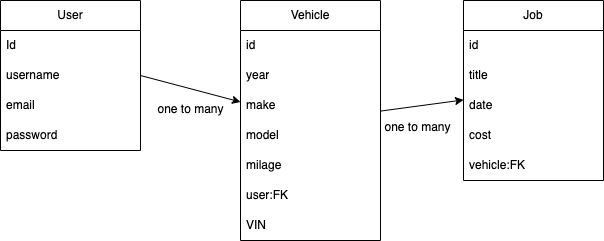
Before: .png, a diagram exported from draw.io (Rjaysesh0207/project-frontend). Source tidied: cells renumbered, new cells last; positions are measured from the earlier drawing's top-left corner, leaving out a move shared by most shapes.
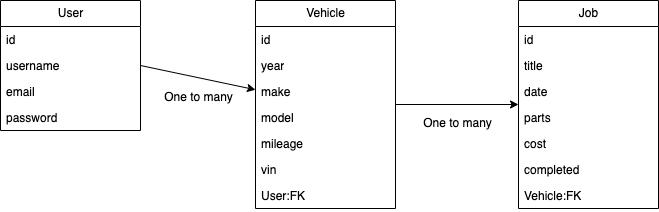
The same file after the commit.

Commit message:
updated job ERD model

The edit, as a diff of the source:
```diff
@@ -2,74 +2,80 @@
   <root>
     <mxCell id="0" />
     <mxCell id="1" parent="0" />
-    <mxCell id="2" value="User" style="swimlane;fontStyle=0;horizontal=1;startSize=30;whiteSpace=wrap;html=1;labelBackgroundColor=default;" parent="1" vertex="1">
-      <mxGeometry width="140" height="150" as="geometry" />
+    <mxCell id="2" value="&lt;font color=&quot;#000000&quot;&gt;User&lt;/font&gt;" style="swimlane;fontStyle=0;horizontal=1;startSize=26;fillColor=none;html=1;" parent="1" vertex="1">
+      <mxGeometry x="-80" y="18" width="140" height="130" as="geometry" />
     </mxCell>
-    <mxCell id="3" value="Id" style="text;strokeColor=none;fillColor=none;align=left;verticalAlign=middle;spacingLeft=4;spacingRight=4;overflow=hidden;whiteSpace=wrap;html=1;labelBackgroundColor=none;fontColor=#000000;labelBorderColor=none;" parent="2" vertex="1">
-      <mxGeometry y="30" width="140" height="30" as="geometry" />
-    </mxCell>
+    <mxCell id="25" value="&lt;font color=&quot;#000000&quot;&gt;id&lt;/font&gt;" style="text;strokeColor=none;fillColor=none;align=left;verticalAlign=top;spacingLeft=4;spacingRight=4;overflow=hidden;whiteSpace=wrap;html=1;" parent="2" vertex="1">
+      <mxGeometry y="26" width="140" height="26" as="geometry" />
+    </mxCell>
-    <mxCell id="4" value="username" style="text;strokeColor=none;fillColor=none;align=left;verticalAlign=middle;spacingLeft=4;spacingRight=4;overflow=hidden;points=[[0,0.5],[1,0.5]];portConstraint=eastwest;whiteSpace=wrap;html=1;labelBackgroundColor=none;fontColor=#000000;" parent="2" vertex="1">
-      <mxGeometry y="60" width="140" height="30" as="geometry" />
+    <mxCell id="4" value="&lt;font color=&quot;#000000&quot;&gt;username&lt;/font&gt;" style="text;strokeColor=none;fillColor=none;align=left;verticalAlign=top;spacingLeft=4;spacingRight=4;overflow=hidden;points=[[0,0.5],[1,0.5]];portConstraint=eastwest;whiteSpace=wrap;html=1;" parent="2" vertex="1">
+      <mxGeometry y="52" width="140" height="26" as="geometry" />
     </mxCell>
-    <mxCell id="5" value="email" style="text;strokeColor=none;fillColor=none;align=left;verticalAlign=middle;spacingLeft=4;spacingRight=4;overflow=hidden;whiteSpace=wrap;html=1;labelBackgroundColor=none;labelBorderColor=none;fontColor=#000000;" parent="2" vertex="1">
-      <mxGeometry y="90" width="140" height="30" as="geometry" />
+    <mxCell id="5" value="&lt;font color=&quot;#000000&quot;&gt;email&lt;/font&gt;" style="text;strokeColor=none;fillColor=none;align=left;verticalAlign=top;spacingLeft=4;spacingRight=4;overflow=hidden;whiteSpace=wrap;html=1;" parent="2" vertex="1">
+      <mxGeometry y="78" width="140" height="26" as="geometry" />
     </mxCell>
-    <mxCell id="6" value="password" style="text;strokeColor=none;fillColor=none;align=left;verticalAlign=middle;spacingLeft=4;spacingRight=4;overflow=hidden;whiteSpace=wrap;html=1;labelBackgroundColor=none;labelBorderColor=none;fontColor=#000000;" parent="2" vertex="1">
-      <mxGeometry y="120" width="140" height="30" as="geometry" />
+    <mxCell id="6" value="&lt;font color=&quot;#000000&quot;&gt;password&lt;/font&gt;" style="text;strokeColor=none;fillColor=none;align=left;verticalAlign=top;spacingLeft=4;spacingRight=4;overflow=hidden;whiteSpace=wrap;html=1;" parent="2" vertex="1">
+      <mxGeometry y="104" width="140" height="26" as="geometry" />
     </mxCell>
-    <mxCell id="7" style="edgeStyle=none;html=1;fontColor=#000000;" parent="1" edge="1" source="8" target="16">
+    <mxCell id="7" style="edgeStyle=none;html=1;fontColor=#000000;strokeColor=#000000;" parent="1" edge="1" source="8" target="16">
       <mxGeometry relative="1" as="geometry" />
     </mxCell>
-    <mxCell id="8" value="Vehicle" style="swimlane;fontStyle=0;horizontal=1;startSize=30;whiteSpace=wrap;html=1;labelBackgroundColor=default;" parent="1" vertex="1">
-      <mxGeometry x="240" width="140" height="240" as="geometry" />
+    <mxCell id="8" value="&lt;font color=&quot;#000000&quot;&gt;Vehicle&lt;/font&gt;" style="swimlane;fontStyle=0;horizontal=1;startSize=26;fillColor=none;html=1;" parent="1" vertex="1">
+      <mxGeometry x="175" y="18" width="140" height="208" as="geometry" />
     </mxCell>
-    <mxCell id="9" value="id" style="text;strokeColor=none;fillColor=none;align=left;verticalAlign=middle;spacingLeft=4;spacingRight=4;overflow=hidden;whiteSpace=wrap;html=1;labelBackgroundColor=none;fontColor=#000000;" parent="8" vertex="1">
-      <mxGeometry y="30" width="140" height="30" as="geometry" />
-    </mxCell>
+    <mxCell id="26" value="&lt;font color=&quot;#000000&quot;&gt;id&lt;/font&gt;" style="text;strokeColor=none;fillColor=none;align=left;verticalAlign=top;spacingLeft=4;spacingRight=4;overflow=hidden;whiteSpace=wrap;html=1;" parent="8" vertex="1">
+      <mxGeometry y="26" width="140" height="26" as="geometry" />
+    </mxCell>
-    <mxCell id="10" value="year" style="text;strokeColor=none;fillColor=none;align=left;verticalAlign=middle;spacingLeft=4;spacingRight=4;overflow=hidden;whiteSpace=wrap;html=1;labelBackgroundColor=none;fontColor=#000000;" parent="8" vertex="1">
-      <mxGeometry y="60" width="140" height="30" as="geometry" />
+    <mxCell id="10" value="&lt;font color=&quot;#000000&quot;&gt;year&lt;/font&gt;" style="text;strokeColor=none;fillColor=none;align=left;verticalAlign=top;spacingLeft=4;spacingRight=4;overflow=hidden;whiteSpace=wrap;html=1;" parent="8" vertex="1">
+      <mxGeometry y="52" width="140" height="26" as="geometry" />
     </mxCell>
-    <mxCell id="11" value="make" style="text;strokeColor=none;fillColor=none;align=left;verticalAlign=middle;spacingLeft=4;spacingRight=4;overflow=hidden;whiteSpace=wrap;html=1;labelBackgroundColor=none;fontColor=#000000;" parent="8" vertex="1">
-      <mxGeometry y="90" width="140" height="30" as="geometry" />
+    <mxCell id="11" value="&lt;font color=&quot;#000000&quot;&gt;make&lt;/font&gt;" style="text;strokeColor=none;fillColor=none;align=left;verticalAlign=top;spacingLeft=4;spacingRight=4;overflow=hidden;whiteSpace=wrap;html=1;" parent="8" vertex="1">
+      <mxGeometry y="78" width="140" height="26" as="geometry" />
     </mxCell>
-    <mxCell id="12" value="model" style="text;strokeColor=none;fillColor=none;align=left;verticalAlign=middle;spacingLeft=4;spacingRight=4;overflow=hidden;whiteSpace=wrap;html=1;labelBackgroundColor=none;fontColor=#000000;" parent="8" vertex="1">
-      <mxGeometry y="120" width="140" height="30" as="geometry" />
+    <mxCell id="12" value="&lt;font color=&quot;#000000&quot;&gt;model&lt;/font&gt;" style="text;strokeColor=none;fillColor=none;align=left;verticalAlign=top;spacingLeft=4;spacingRight=4;overflow=hidden;whiteSpace=wrap;html=1;" parent="8" vertex="1">
+      <mxGeometry y="104" width="140" height="26" as="geometry" />
     </mxCell>
-    <mxCell id="13" value="milage" style="text;strokeColor=none;fillColor=none;align=left;verticalAlign=middle;spacingLeft=4;spacingRight=4;overflow=hidden;whiteSpace=wrap;html=1;labelBackgroundColor=none;fontColor=#000000;" parent="8" vertex="1">
-      <mxGeometry y="150" width="140" height="30" as="geometry" />
-    </mxCell>
-    <mxCell id="14" value="user:FK" style="text;strokeColor=none;fillColor=none;align=left;verticalAlign=middle;spacingLeft=4;spacingRight=4;overflow=hidden;whiteSpace=wrap;html=1;labelBackgroundColor=none;fontColor=#000000;" parent="8" vertex="1">
-      <mxGeometry y="180" width="140" height="30" as="geometry" />
-    </mxCell>
-    <mxCell id="15" value="VIN" style="text;strokeColor=none;fillColor=none;align=left;verticalAlign=middle;spacingLeft=4;spacingRight=4;overflow=hidden;whiteSpace=wrap;html=1;labelBackgroundColor=none;fontColor=#000000;" parent="8" vertex="1">
-      <mxGeometry y="210" width="140" height="30" as="geometry" />
-    </mxCell>
+    <mxCell id="27" value="mileage" style="text;strokeColor=none;fillColor=none;align=left;verticalAlign=top;spacingLeft=4;spacingRight=4;overflow=hidden;whiteSpace=wrap;html=1;fontColor=#000000;" parent="8" vertex="1">
+      <mxGeometry y="130" width="140" height="26" as="geometry" />
+    </mxCell>
+    <mxCell id="28" value="vin" style="text;strokeColor=none;fillColor=none;align=left;verticalAlign=top;spacingLeft=4;spacingRight=4;overflow=hidden;whiteSpace=wrap;html=1;fontColor=#000000;" parent="8" vertex="1">
+      <mxGeometry y="156" width="140" height="26" as="geometry" />
+    </mxCell>
+    <mxCell id="29" value="User:FK" style="text;strokeColor=none;fillColor=none;align=left;verticalAlign=top;spacingLeft=4;spacingRight=4;overflow=hidden;whiteSpace=wrap;html=1;fontColor=#000000;" parent="8" vertex="1">
+      <mxGeometry y="182" width="140" height="26" as="geometry" />
+    </mxCell>
-    <mxCell id="16" value="Job" style="swimlane;fontStyle=0;horizontal=1;startSize=30;whiteSpace=wrap;html=1;labelBackgroundColor=default;" parent="1" vertex="1">
-      <mxGeometry x="463" width="140" height="180" as="geometry" />
+    <mxCell id="16" value="&lt;font color=&quot;#000000&quot;&gt;Job&lt;/font&gt;" style="swimlane;fontStyle=0;horizontal=1;startSize=26;fillColor=none;html=1;" parent="1" vertex="1">
+      <mxGeometry x="438" y="18" width="140" height="208" as="geometry" />
     </mxCell>
-    <mxCell id="17" value="id" style="text;strokeColor=none;fillColor=none;align=left;verticalAlign=middle;spacingLeft=4;spacingRight=4;overflow=hidden;whiteSpace=wrap;html=1;labelBackgroundColor=none;fontColor=#000000;" parent="16" vertex="1">
-      <mxGeometry y="30" width="140" height="30" as="geometry" />
-    </mxCell>
+    <mxCell id="30" value="&lt;font color=&quot;#000000&quot;&gt;id&lt;/font&gt;" style="text;strokeColor=none;fillColor=none;align=left;verticalAlign=top;spacingLeft=4;spacingRight=4;overflow=hidden;whiteSpace=wrap;html=1;" parent="16" vertex="1">
+      <mxGeometry y="26" width="140" height="26" as="geometry" />
+    </mxCell>
-    <mxCell id="18" value="title" style="text;strokeColor=none;fillColor=none;align=left;verticalAlign=middle;spacingLeft=4;spacingRight=4;overflow=hidden;whiteSpace=wrap;html=1;labelBackgroundColor=none;fontColor=#000000;" parent="16" vertex="1">
-      <mxGeometry y="60" width="140" height="30" as="geometry" />
+    <mxCell id="18" value="&lt;font color=&quot;#000000&quot;&gt;title&lt;/font&gt;" style="text;strokeColor=none;fillColor=none;align=left;verticalAlign=top;spacingLeft=4;spacingRight=4;overflow=hidden;whiteSpace=wrap;html=1;" parent="16" vertex="1">
+      <mxGeometry y="52" width="140" height="26" as="geometry" />
     </mxCell>
-    <mxCell id="19" value="date" style="text;strokeColor=none;fillColor=none;align=left;verticalAlign=middle;spacingLeft=4;spacingRight=4;overflow=hidden;whiteSpace=wrap;html=1;labelBackgroundColor=none;labelBorderColor=none;fontColor=#000000;" parent="16" vertex="1">
-      <mxGeometry y="90" width="140" height="30" as="geometry" />
+    <mxCell id="19" value="&lt;font color=&quot;#000000&quot;&gt;date&lt;/font&gt;" style="text;strokeColor=none;fillColor=none;align=left;verticalAlign=top;spacingLeft=4;spacingRight=4;overflow=hidden;whiteSpace=wrap;html=1;" parent="16" vertex="1">
+      <mxGeometry y="78" width="140" height="26" as="geometry" />
     </mxCell>
+    <mxCell id="31" value="&lt;font color=&quot;#000000&quot;&gt;parts&lt;/font&gt;" style="text;strokeColor=none;fillColor=none;align=left;verticalAlign=top;spacingLeft=4;spacingRight=4;overflow=hidden;whiteSpace=wrap;html=1;" parent="16" vertex="1">
+      <mxGeometry y="104" width="140" height="26" as="geometry" />
+    </mxCell>
-    <mxCell id="20" value="cost" style="text;strokeColor=none;fillColor=none;align=left;verticalAlign=middle;spacingLeft=4;spacingRight=4;overflow=hidden;whiteSpace=wrap;html=1;labelBackgroundColor=none;labelBorderColor=none;fontColor=#000000;" parent="16" vertex="1">
-      <mxGeometry y="120" width="140" height="30" as="geometry" />
+    <mxCell id="20" value="cost" style="text;strokeColor=none;fillColor=none;align=left;verticalAlign=top;spacingLeft=4;spacingRight=4;overflow=hidden;whiteSpace=wrap;html=1;fontColor=#000000;" parent="16" vertex="1">
+      <mxGeometry y="130" width="140" height="26" as="geometry" />
     </mxCell>
-    <mxCell id="21" value="vehicle:FK" style="text;strokeColor=none;fillColor=none;align=left;verticalAlign=middle;spacingLeft=4;spacingRight=4;overflow=hidden;whiteSpace=wrap;html=1;labelBackgroundColor=none;labelBorderColor=none;fontColor=#000000;" parent="16" vertex="1">
-      <mxGeometry y="150" width="140" height="30" as="geometry" />
-    </mxCell>
+    <mxCell id="32" value="completed" style="text;strokeColor=none;fillColor=none;align=left;verticalAlign=top;spacingLeft=4;spacingRight=4;overflow=hidden;whiteSpace=wrap;html=1;fontColor=#000000;" parent="16" vertex="1">
+      <mxGeometry y="156" width="140" height="26" as="geometry" />
+    </mxCell>
+    <mxCell id="33" value="Vehicle:FK" style="text;strokeColor=none;fillColor=none;align=left;verticalAlign=top;spacingLeft=4;spacingRight=4;overflow=hidden;whiteSpace=wrap;html=1;fontColor=#000000;" parent="16" vertex="1">
+      <mxGeometry y="182" width="140" height="26" as="geometry" />
+    </mxCell>
-    <mxCell id="22" style="edgeStyle=none;html=1;exitX=1;exitY=0.5;exitDx=0;exitDy=0;fontColor=#000000;" parent="1" edge="1" source="4" target="8">
+    <mxCell id="22" style="edgeStyle=none;html=1;exitX=1;exitY=0.5;exitDx=0;exitDy=0;fontColor=#000000;strokeColor=#000000;" parent="1" edge="1" source="4" target="8">
       <mxGeometry relative="1" as="geometry" />
     </mxCell>
-    <mxCell id="23" value="one to many" style="text;html=1;align=center;verticalAlign=middle;strokeColor=none;fillColor=none;fontColor=#000000;" parent="1" vertex="1">
-      <mxGeometry x="148" y="96" width="84" height="26" as="geometry" />
-    </mxCell>
-    <mxCell id="24" value="one to many" style="text;html=1;align=center;verticalAlign=middle;strokeColor=none;fillColor=none;fontColor=#000000;" parent="1" vertex="1">
-      <mxGeometry x="375" y="114" width="84" height="26" as="geometry" />
-    </mxCell>
+    <mxCell id="34" value="One to many" style="text;html=1;align=center;verticalAlign=middle;strokeColor=none;fillColor=none;fontColor=#000000;" parent="1" vertex="1">
+      <mxGeometry x="74" y="102" width="87" height="26" as="geometry" />
+    </mxCell>
+    <mxCell id="35" value="One to many" style="text;html=1;align=center;verticalAlign=middle;strokeColor=none;fillColor=none;fontColor=#000000;" parent="1" vertex="1">
+      <mxGeometry x="333" y="128" width="87" height="26" as="geometry" />
+    </mxCell>
   </root>
 </mxGraphModel>
```
